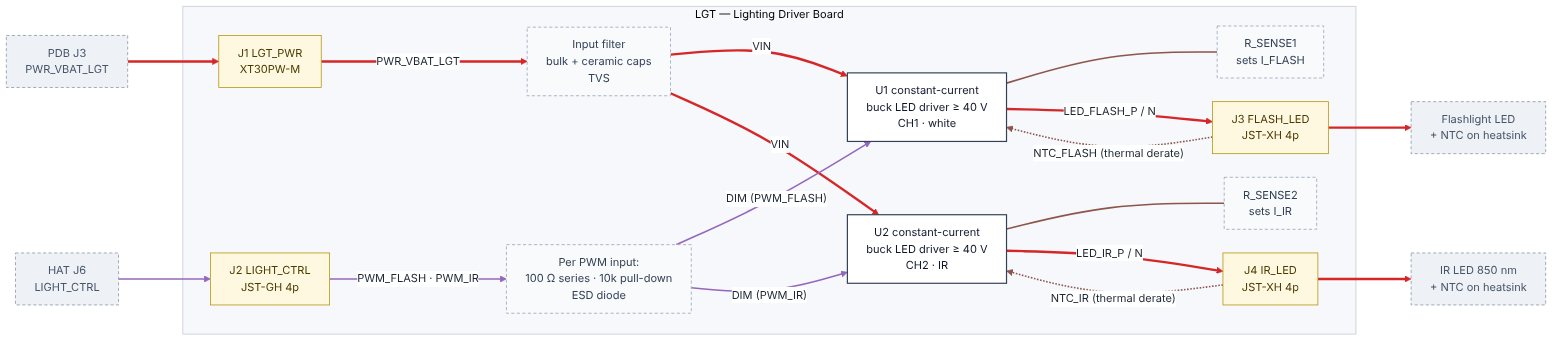
Above: docs/electrical/diagrams/board-lighting.png in MuhammadTukhtasunov/data (Mermaid), before the change. Its source is kept beside it as docs/electrical/diagrams/board-lighting.mmd.
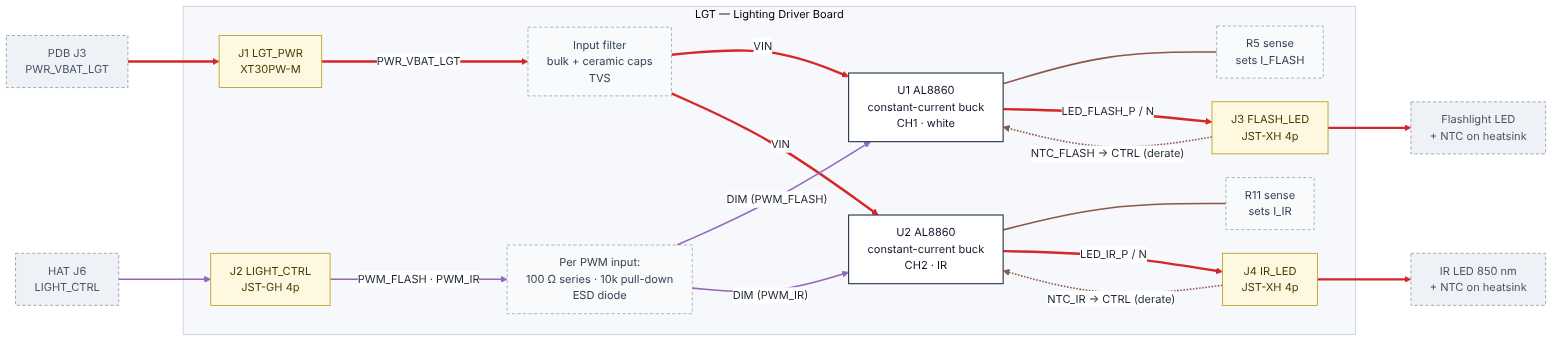
The same diagram one commit later.

What changed in the source:
```diff
@@ -9,10 +9,10 @@
         J2["J2 LIGHT_CTRL<br/>JST-GH 4p"]:::conn
         CIN["Input filter<br/>bulk + ceramic caps<br/>TVS"]:::passive
         RC["Per PWM input:<br/>100 Ω series · 10k pull-down<br/>ESD diode"]:::passive
-        U1["U1 constant-current<br/>buck LED driver ≥ 40 V<br/>CH1 · white"]:::ic
-        U2["U2 constant-current<br/>buck LED driver ≥ 40 V<br/>CH2 · IR"]:::ic
-        RS1["R_SENSE1<br/>sets I_FLASH"]:::passive
-        RS2["R_SENSE2<br/>sets I_IR"]:::passive
+        U1["U1 AL8860<br/>constant-current buck<br/>CH1 · white"]:::ic
+        U2["U2 AL8860<br/>constant-current buck<br/>CH2 · IR"]:::ic
+        RS1["R5 sense<br/>sets I_FLASH"]:::passive
+        RS2["R11 sense<br/>sets I_IR"]:::passive
         J3["J3 FLASH_LED<br/>JST-XH 4p"]:::conn
         J4["J4 IR_LED<br/>JST-XH 4p"]:::conn
     end
@@ -32,8 +32,8 @@
     U2 -->|"LED_IR_P / N"| J4
     J3 --> FL
     J4 --> IR
-    J3 -.->|"NTC_FLASH (thermal derate)"| U1
-    J4 -.->|"NTC_IR (thermal derate)"| U2
+    J3 -.->|"NTC_FLASH → CTRL (derate)"| U1
+    J4 -.->|"NTC_IR → CTRL (derate)"| U2
 
     classDef cots fill:#eef1f5,stroke:#8a97a6,color:#1d2733
     classDef custom fill:#dbeafe,stroke:#1d4ed8,stroke-width:2px,color:#0b2a6b
```
